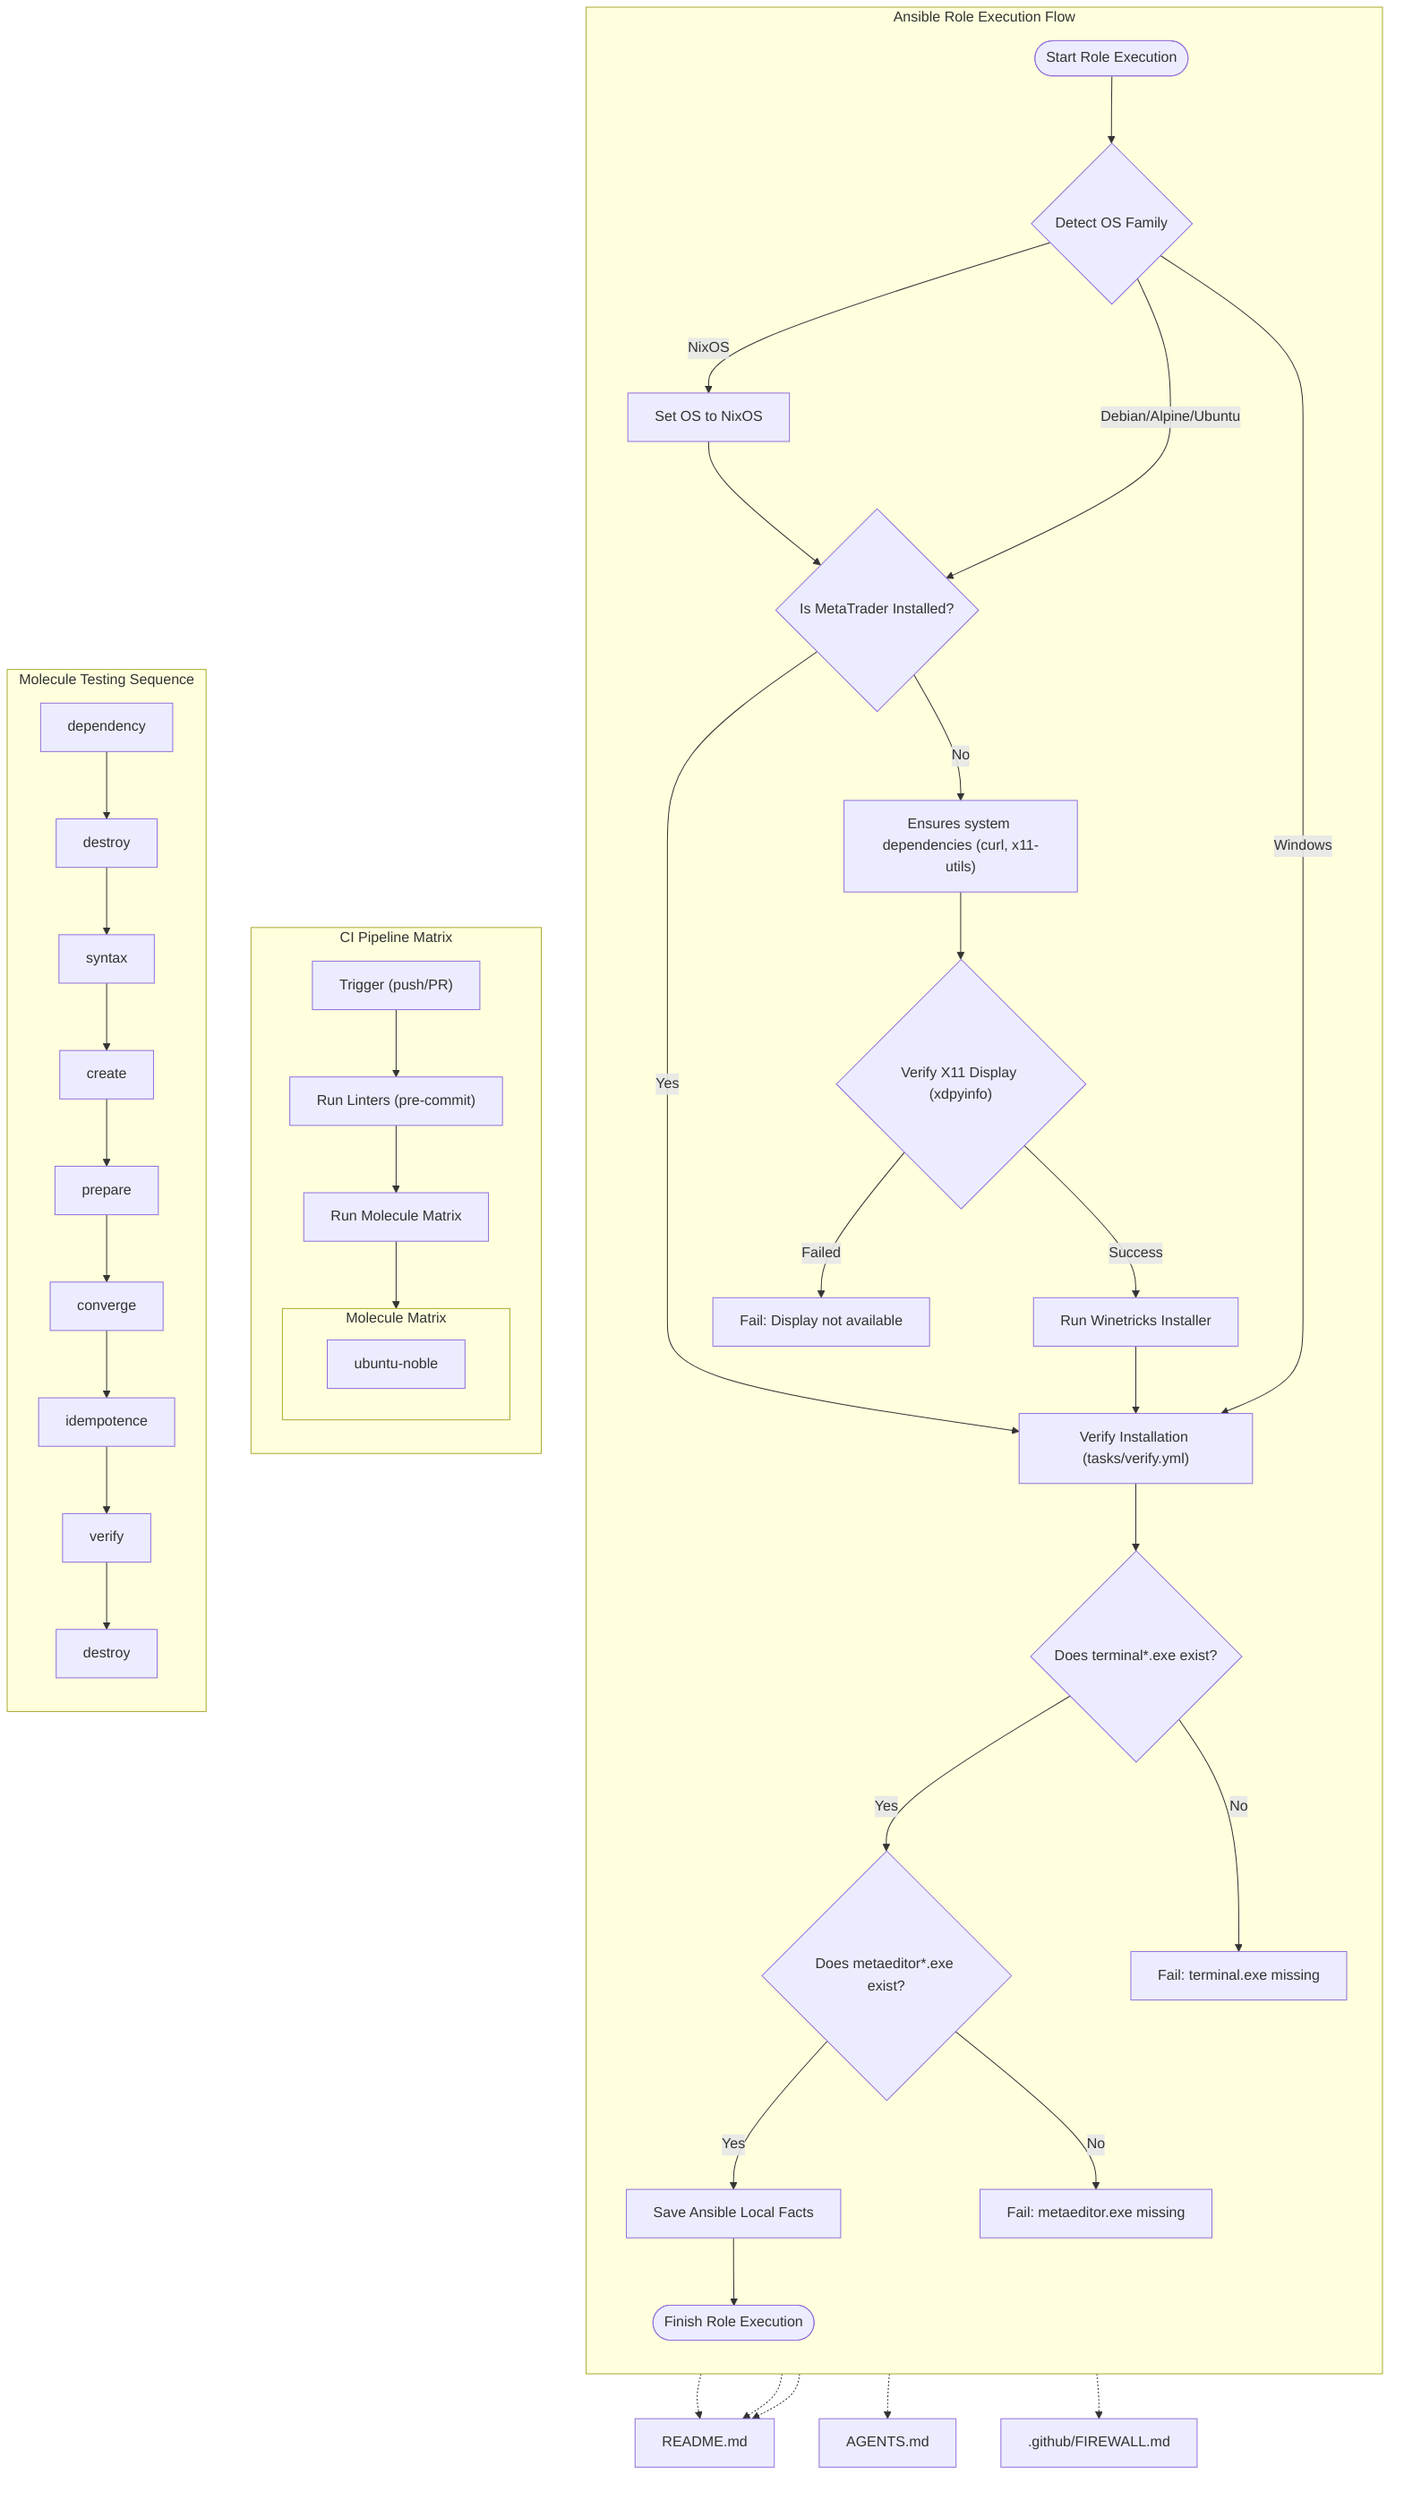
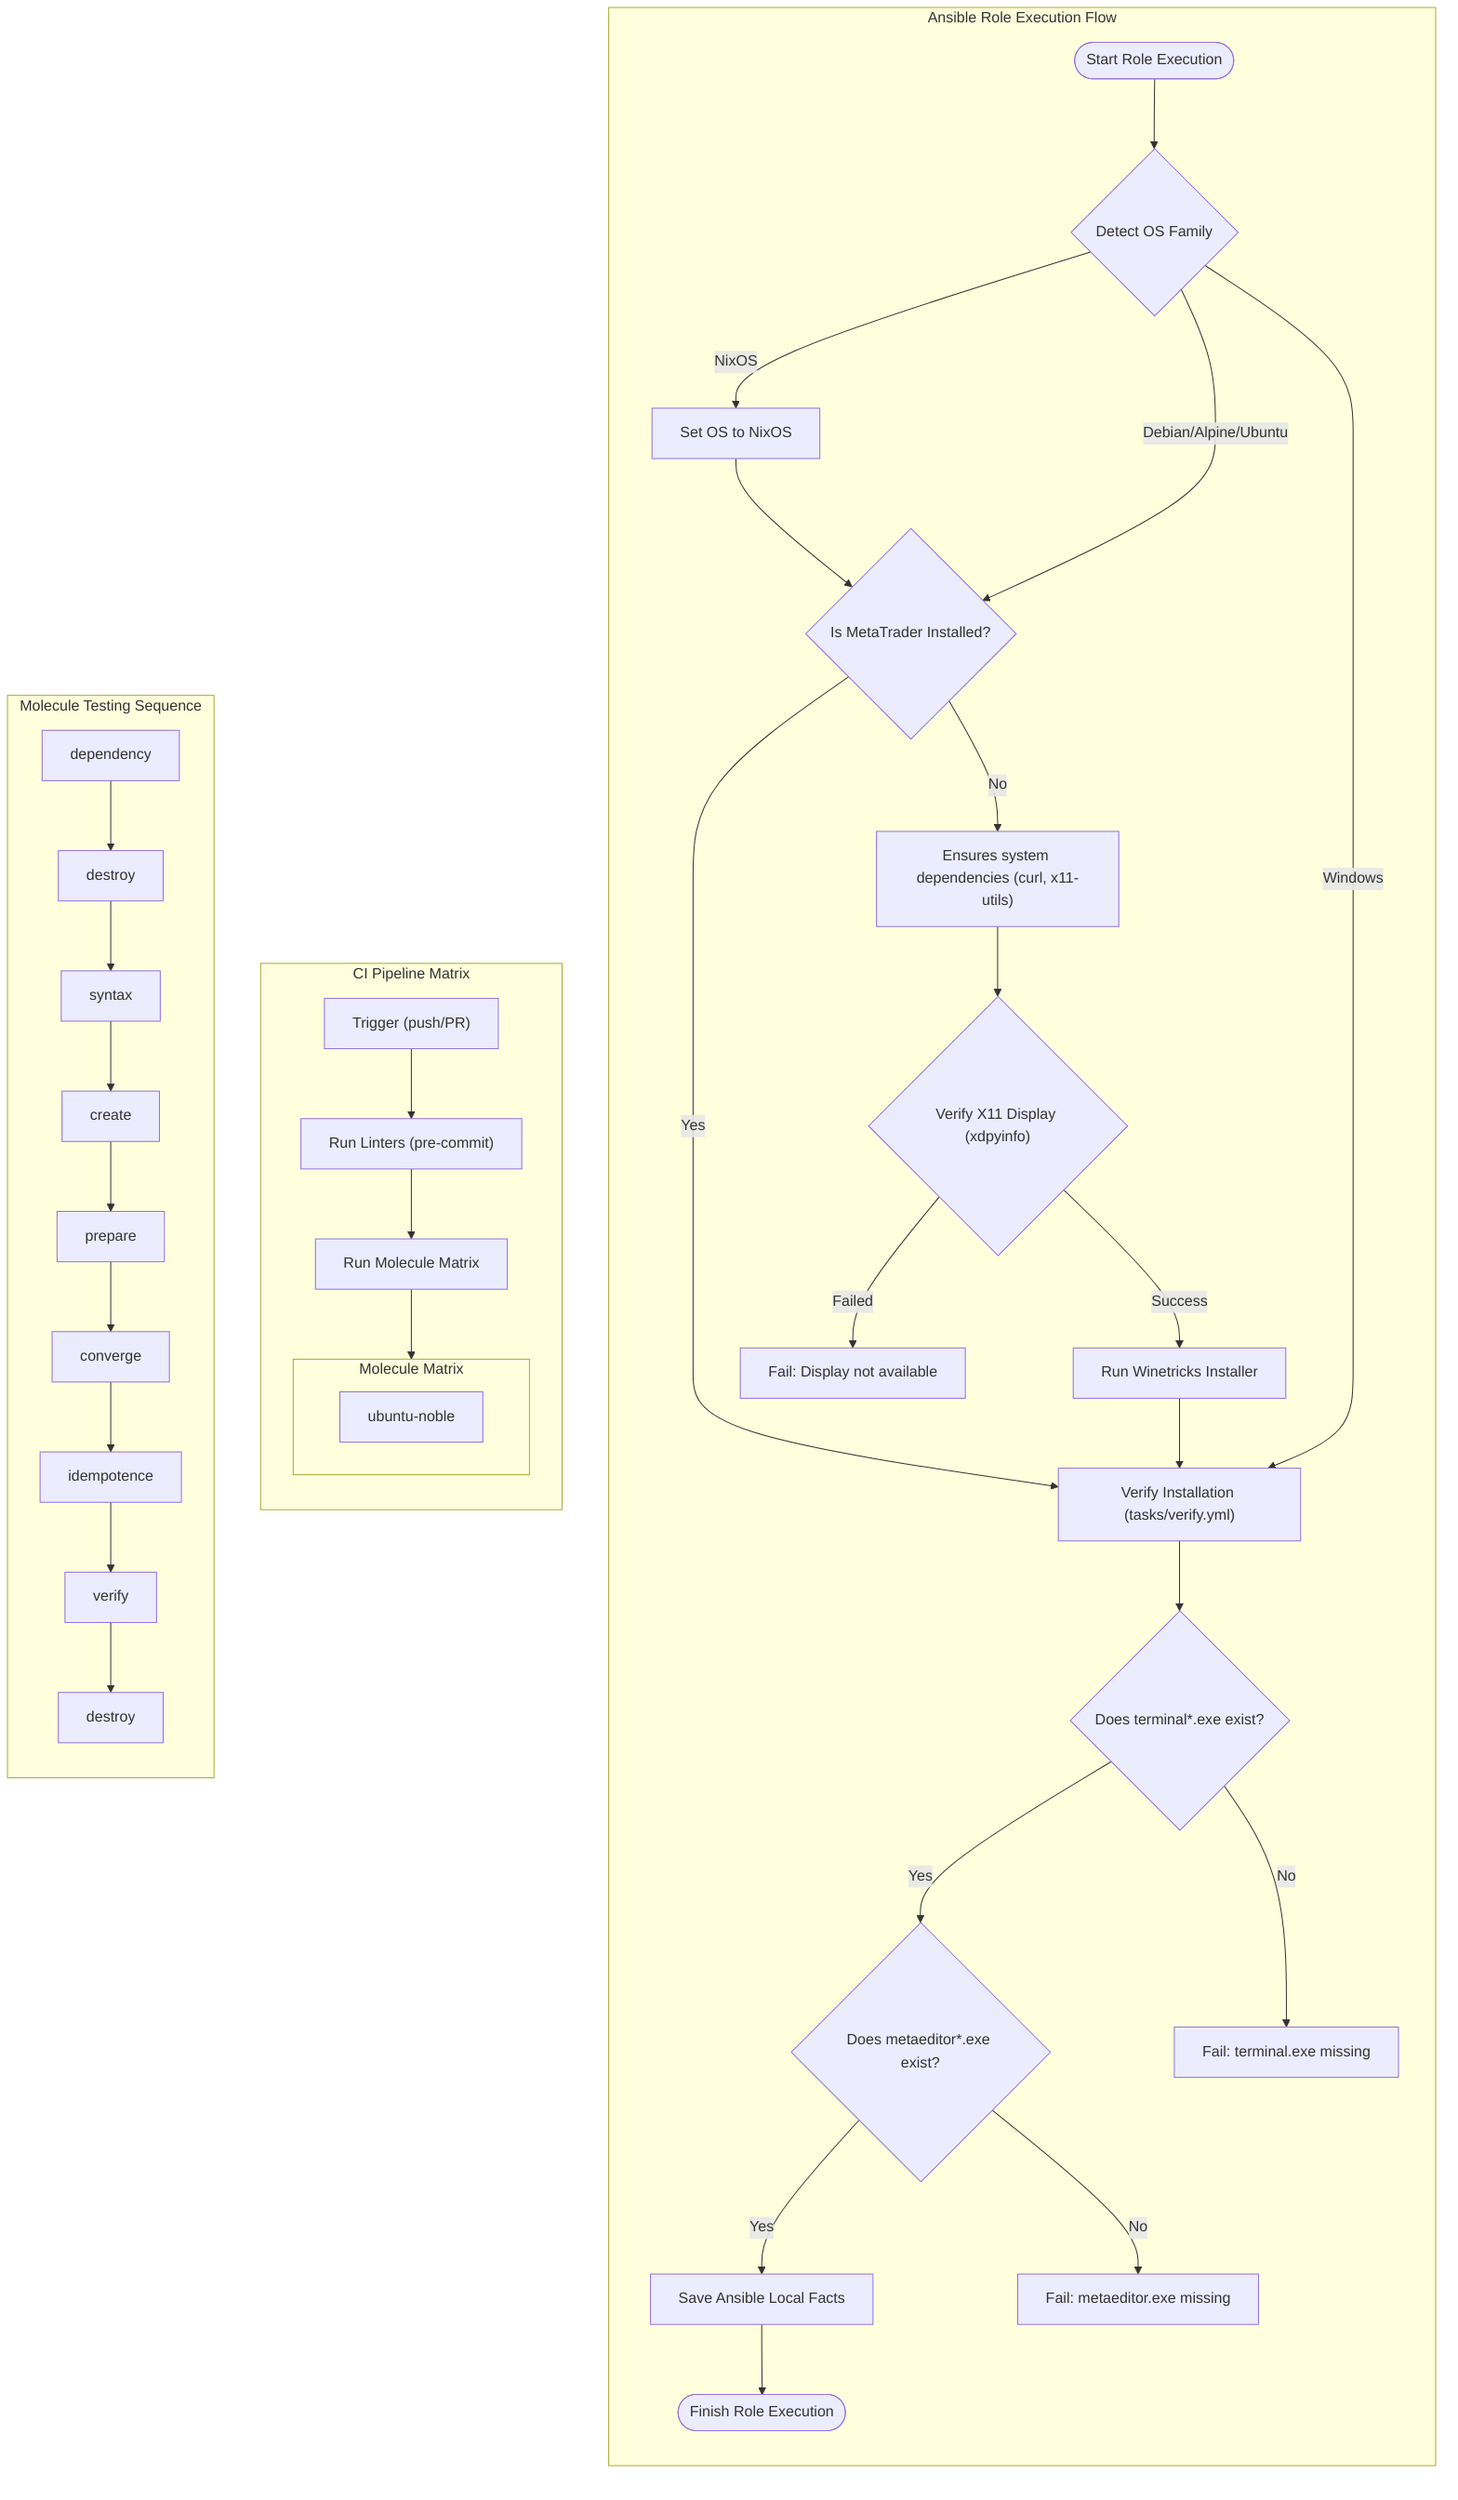
flowchart TD
    subgraph Ansible_Role_Execution [Ansible Role Execution Flow]
        direction TB
        A([Start Role Execution]) --> B{"Detect OS Family"}

        B -->|NixOS| C["Set OS to NixOS"]
        B -->|Debian/Alpine/Ubuntu| D{"Is MetaTrader Installed?"}
        B -->|Windows| H["Verify Installation (tasks/verify.yml)"]

        C --> D

        D -->|Yes| H
        D -->|No| E["Ensures system dependencies (curl, x11-utils)"]
        E --> F{"Verify X11 Display (xdpyinfo)"}

        F -->|Failed| F_ERR["Fail: Display not available"]
        F -->|Success| G["Run Winetricks Installer"]

        G --> H["Verify Installation (tasks/verify.yml)"]

        H --> I{"Does terminal*.exe exist?"}
        I -->|Yes| J{"Does metaeditor*.exe exist?"}
        I -->|No| I_ERR["Fail: terminal.exe missing"]

        J -->|Yes| K["Save Ansible Local Facts"]
        J -->|No| J_ERR["Fail: metaeditor.exe missing"]

        K --> L([Finish Role Execution])
    end

    subgraph CI_Pipeline [CI Pipeline Matrix]
        direction TB
        CI1["Trigger (push/PR)"] --> CI2["Run Linters (pre-commit)"]
        CI2 --> CI3["Run Molecule Matrix"]
        subgraph Molecule_Matrix [Molecule Matrix]
            direction LR
            CI4["ubuntu-noble"]
        end
        CI3 --> Molecule_Matrix
    end

    subgraph Molecule_Testing_Flow [Molecule Testing Sequence]
        direction TB
        M1["dependency"] --> M2["destroy"]
        M2 --> M3["syntax"]
        M3 --> M4["create"]
        M4 --> M5["prepare"]
        M5 --> M6["converge"]
        M6 --> M7["idempotence"]
        M7 --> M8["verify"]
        M8 --> M9["destroy"]
    end
- 
-     %% References to markdown files
-     R_AGENTS[AGENTS.md]
-     R_FIREWALL[.github/FIREWALL.md]
-     R_README[README.md]
- 
-     A -.-> R_README
-     A -.-> R_AGENTS
-     F_ERR -.-> R_FIREWALL
-     I_ERR -.-> R_README
-     J_ERR -.-> R_README
- 
-     click R_AGENTS "AGENTS.md"
-     click R_FIREWALL ".github/FIREWALL.md"
-     click R_README "README.md"
